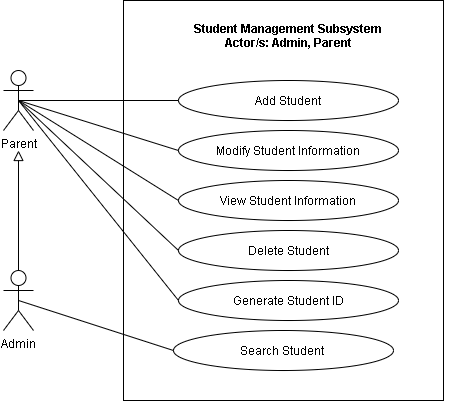
The draw.io diagram REVISIONS/UML-DIAGRAMS/6-9-2021/USE CASE/1 - SMS.png in mrklglsn/CAPSTONE-FILES, before a commit. Source tidied: cells renumbered, new cells last; positions are measured from the earlier drawing's top-left corner, leaving out a move shared by most shapes.
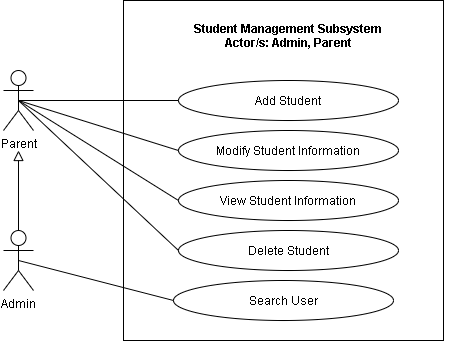
The same file after the commit.

Commit message:
use case

Diff of the diagram source:
```diff
@@ -3,7 +3,7 @@
     <mxCell id="0" />
     <mxCell id="1" parent="0" />
     <mxCell id="2" style="html=1;fillColor=none;" parent="1" vertex="1">
-      <mxGeometry x="120" width="320" height="400" as="geometry" />
+      <mxGeometry x="120" width="320" height="340" as="geometry" />
     </mxCell>
     <mxCell id="3" style="edgeStyle=none;rounded=0;jumpStyle=arc;jumpSize=14;jettySize=auto;html=1;exitX=0.5;exitY=0.5;exitDx=0;exitDy=0;exitPerimeter=0;entryX=0;entryY=0.5;entryDx=0;entryDy=0;startArrow=none;startFill=0;endArrow=none;endFill=0;startSize=11;endSize=11;" parent="1" edge="1" source="8" target="13">
       <mxGeometry relative="1" as="geometry" />
@@ -14,9 +14,6 @@
     <mxCell id="5" style="edgeStyle=none;rounded=0;jumpStyle=arc;jumpSize=14;jettySize=auto;html=1;exitX=0.5;exitY=0.5;exitDx=0;exitDy=0;exitPerimeter=0;entryX=0;entryY=0.5;entryDx=0;entryDy=0;startArrow=none;startFill=0;endArrow=none;endFill=0;startSize=11;endSize=11;" parent="1" edge="1" source="8" target="15">
       <mxGeometry relative="1" as="geometry" />
     </mxCell>
-    <mxCell id="6" style="rounded=0;jettySize=auto;html=1;exitX=0.5;exitY=0.5;exitDx=0;exitDy=0;exitPerimeter=0;entryX=0;entryY=0.5;entryDx=0;entryDy=0;endArrow=none;endFill=0;" parent="1" edge="1" source="8" target="17">
-      <mxGeometry relative="1" as="geometry" />
-    </mxCell>
     <mxCell id="7" style="edgeStyle=none;rounded=0;jettySize=auto;html=1;exitX=0.5;exitY=0.5;exitDx=0;exitDy=0;exitPerimeter=0;entryX=0;entryY=0.5;entryDx=0;entryDy=0;endArrow=none;endFill=0;" parent="1" edge="1" source="8" target="18">
       <mxGeometry relative="1" as="geometry" />
     </mxCell>
@@ -32,7 +29,7 @@
       <mxGeometry relative="1" as="geometry" />
     </mxCell>
     <mxCell id="11" value="Admin" style="shape=umlActor;verticalLabelPosition=bottom;verticalAlign=top;html=1;fillColor=none;" parent="1" vertex="1">
-      <mxGeometry y="270" width="30" height="60" as="geometry" />
+      <mxGeometry y="230" width="30" height="60" as="geometry" />
     </mxCell>
     <mxCell id="12" value="Student Management Subsystem&#10;Actor/s: Admin, Parent" style="text;align=center;fontStyle=1;verticalAlign=middle;spacingLeft=3;spacingRight=3;strokeColor=none;fillColor=none;" parent="1" vertex="1">
       <mxGeometry x="125" y="20" width="320" height="30" as="geometry" />
@@ -46,12 +43,9 @@
     <mxCell id="15" value="Modify Student Information" style="ellipse;whiteSpace=wrap;html=1;fillColor=none;" parent="1" vertex="1">
       <mxGeometry x="175" y="130" width="220" height="40" as="geometry" />
     </mxCell>
-    <mxCell id="16" value="Search Student&amp;nbsp;" style="ellipse;whiteSpace=wrap;html=1;fillColor=none;" parent="1" vertex="1">
-      <mxGeometry x="170" y="330" width="220" height="40" as="geometry" />
+    <mxCell id="16" value="Search User" style="ellipse;whiteSpace=wrap;html=1;fillColor=none;" parent="1" vertex="1">
+      <mxGeometry x="170" y="280" width="220" height="40" as="geometry" />
     </mxCell>
-    <mxCell id="17" value="Generate Student ID" style="ellipse;whiteSpace=wrap;html=1;fillColor=none;" parent="1" vertex="1">
-      <mxGeometry x="175" y="280" width="220" height="40" as="geometry" />
-    </mxCell>
     <mxCell id="18" value="Delete Student" style="ellipse;whiteSpace=wrap;html=1;fillColor=none;" parent="1" vertex="1">
       <mxGeometry x="175" y="230" width="220" height="40" as="geometry" />
     </mxCell>
```
